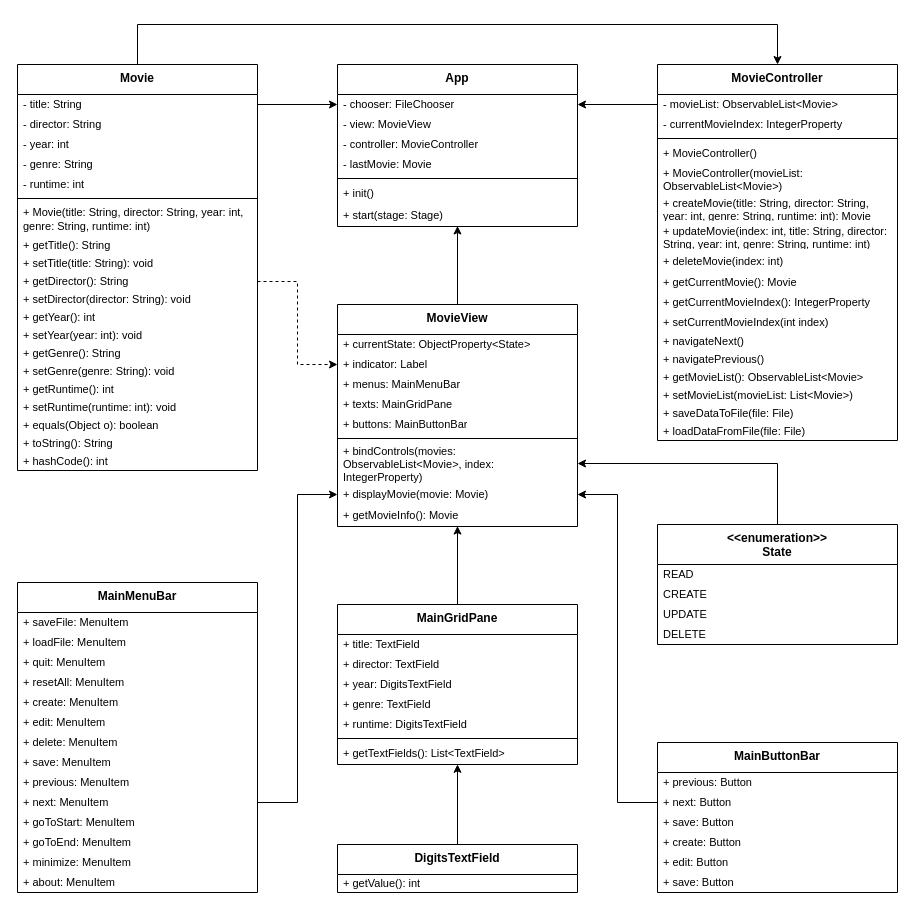
This is assignments/proj1/diagram.drawio from hanggrian/IIT-ITM510, a draw.io file, before an edit. Source tidied: cells renumbered, new cells numbered last; positions are measured from the earlier drawing's top-left corner, leaving out a move shared by most shapes. Both pictures are drawn from the tidied source at 100%, with x=0, y=0 at pixel (17, 24).
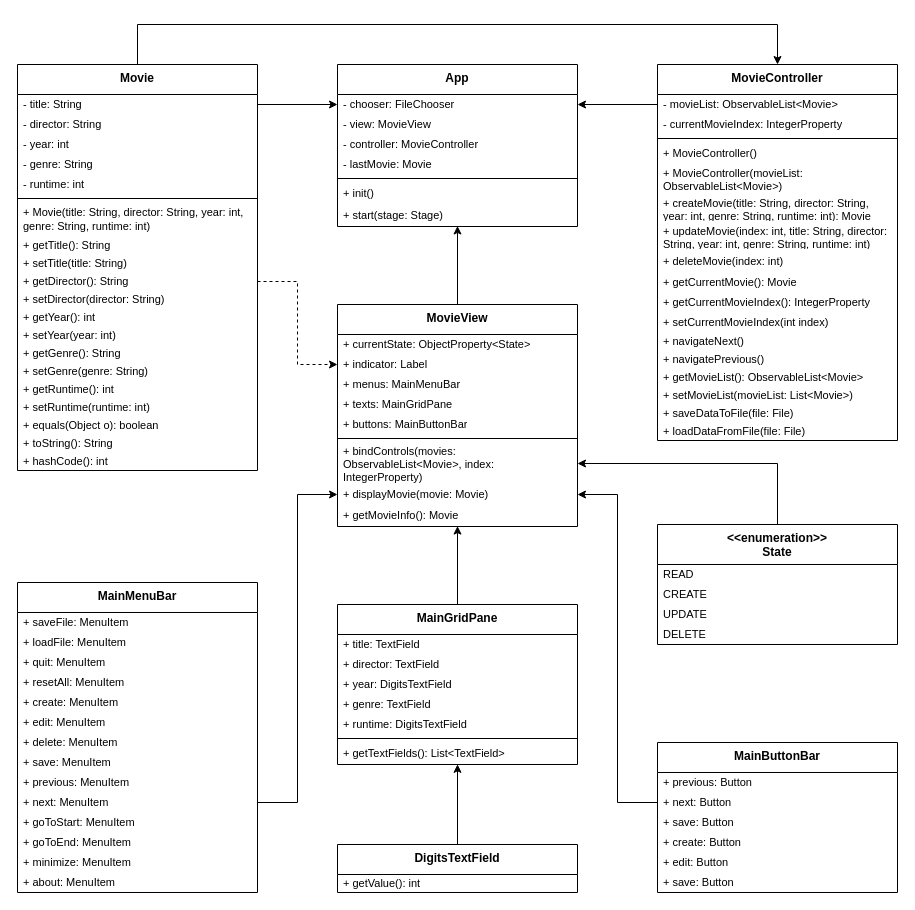
The same page after the edit.

Unchanged cells that the change refers to:
```xml
<mxCell id="3" value="Movie" style="swimlane;fontStyle=1;align=center;verticalAlign=top;horizontal=1;startSize=30;whiteSpace=wrap;html=1;" parent="1" vertex="1">
  <mxGeometry y="40" width="240" height="406" as="geometry" />
</mxCell>
```

The edit, as a diff of the source:
```diff
@@
-    <mxCell id="12" value="+&amp;nbsp;setTitle(title: String&lt;span style=&quot;background-color: initial;&quot;&gt;): void&lt;/span&gt;" style="text;strokeColor=none;fillColor=none;align=left;verticalAlign=middle;spacingLeft=4;spacingRight=4;overflow=hidden;whiteSpace=wrap;html=1;fontSize=11;" parent="3" vertex="1">
+    <mxCell id="12" value="+&amp;nbsp;setTitle(title: String&lt;span style=&quot;background-color: initial;&quot;&gt;)&lt;/span&gt;" style="text;strokeColor=none;fillColor=none;align=left;verticalAlign=middle;spacingLeft=4;spacingRight=4;overflow=hidden;whiteSpace=wrap;html=1;fontSize=11;" parent="3" vertex="1">
       <mxGeometry y="190" width="240" height="18" as="geometry" />
     </mxCell>
@@
-    <mxCell id="14" value="+&amp;nbsp;setDirector(director: String): void" style="text;strokeColor=none;fillColor=none;align=left;verticalAlign=middle;spacingLeft=4;spacingRight=4;overflow=hidden;whiteSpace=wrap;html=1;fontSize=11;" parent="3" vertex="1">
+    <mxCell id="14" value="+&amp;nbsp;setDirector(director: String)" style="text;strokeColor=none;fillColor=none;align=left;verticalAlign=middle;spacingLeft=4;spacingRight=4;overflow=hidden;whiteSpace=wrap;html=1;fontSize=11;" parent="3" vertex="1">
       <mxGeometry y="226" width="240" height="18" as="geometry" />
     </mxCell>
@@
-    <mxCell id="16" value="+&amp;nbsp;setYear(year: int): void" style="text;strokeColor=none;fillColor=none;align=left;verticalAlign=middle;spacingLeft=4;spacingRight=4;overflow=hidden;whiteSpace=wrap;html=1;fontSize=11;" parent="3" vertex="1">
+    <mxCell id="16" value="+&amp;nbsp;setYear(year: int)" style="text;strokeColor=none;fillColor=none;align=left;verticalAlign=middle;spacingLeft=4;spacingRight=4;overflow=hidden;whiteSpace=wrap;html=1;fontSize=11;" parent="3" vertex="1">
       <mxGeometry y="262" width="240" height="18" as="geometry" />
     </mxCell>
@@
-    <mxCell id="18" value="+&amp;nbsp;setGenre(genre: String): void" style="text;strokeColor=none;fillColor=none;align=left;verticalAlign=middle;spacingLeft=4;spacingRight=4;overflow=hidden;whiteSpace=wrap;html=1;fontSize=11;" parent="3" vertex="1">
+    <mxCell id="18" value="+&amp;nbsp;setGenre(genre: String)" style="text;strokeColor=none;fillColor=none;align=left;verticalAlign=middle;spacingLeft=4;spacingRight=4;overflow=hidden;whiteSpace=wrap;html=1;fontSize=11;" parent="3" vertex="1">
       <mxGeometry y="298" width="240" height="18" as="geometry" />
     </mxCell>
@@
-    <mxCell id="20" value="+&amp;nbsp;setRuntime(runtime: int): void" style="text;strokeColor=none;fillColor=none;align=left;verticalAlign=middle;spacingLeft=4;spacingRight=4;overflow=hidden;whiteSpace=wrap;html=1;fontSize=11;" parent="3" vertex="1">
+    <mxCell id="20" value="+&amp;nbsp;setRuntime(runtime: int)" style="text;strokeColor=none;fillColor=none;align=left;verticalAlign=middle;spacingLeft=4;spacingRight=4;overflow=hidden;whiteSpace=wrap;html=1;fontSize=11;" parent="3" vertex="1">
       <mxGeometry y="334" width="240" height="18" as="geometry" />
     </mxCell>
```
